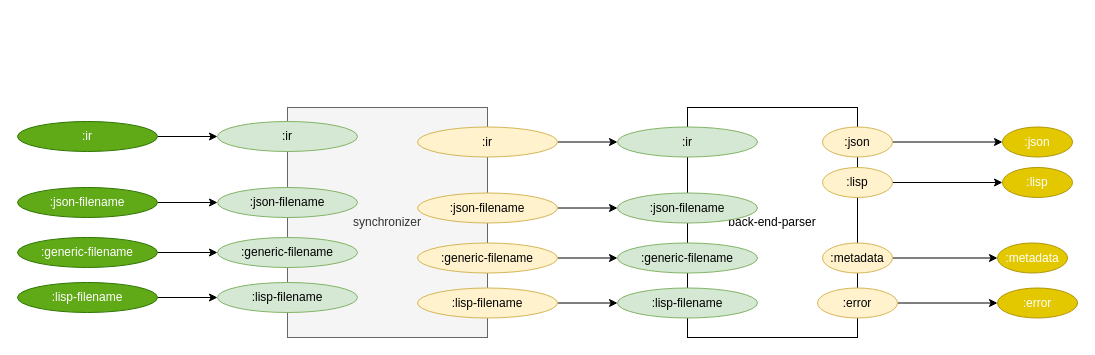
The draw.io diagram page "1. back-end" (4 of 7) of svg/cl-compiler/doc/V3-compiler.drawio in bmfbp/bmfbp, before the edit. Source tidied: cells renumbered, new cells numbered last; positions are measured from the earlier drawing's top-left corner, leaving out a move shared by most shapes. Both pictures are drawn from the tidied source at 100%, with x=0, y=0 at pixel (17, 107).
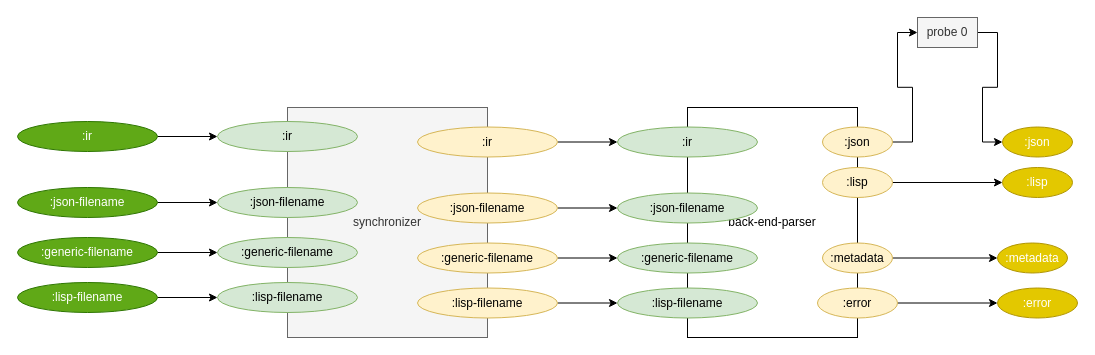
After the change.

The change refers to these unchanged cells:
```xml
<mxCell id="35" value=":json" style="ellipse;whiteSpace=wrap;html=1;fillColor=#fff2cc;strokeColor=#d6b656;" parent="1" vertex="1">
  <mxGeometry x="805" y="19.5" width="70" height="30" as="geometry" />
</mxCell>
<mxCell id="39" value=":json" style="ellipse;whiteSpace=wrap;html=1;fillColor=#e3c800;strokeColor=#B09500;fontColor=#ffffff;" parent="1" vertex="1">
  <mxGeometry x="985" y="19.5" width="70" height="30" as="geometry" />
</mxCell>
```

Diff of the diagram source:
```diff
@@
-    <mxCell id="34" style="edgeStyle=orthogonalEdgeStyle;rounded=0;jettySize=auto;html=1;exitX=1;exitY=0.5;exitDx=0;exitDy=0;entryX=0;entryY=0.5;entryDx=0;entryDy=0;" parent="1" edge="1" source="35" target="39">
-      <mxGeometry relative="1" as="geometry" />
-    </mxCell>
+    <mxCell id="40" style="edgeStyle=orthogonalEdgeStyle;rounded=0;jettySize=auto;html=1;exitX=1;exitY=0.5;exitDx=0;exitDy=0;entryX=0;entryY=0.5;entryDx=0;entryDy=0;" parent="1" edge="1" source="35" target="42">
+      <mxGeometry relative="1" as="geometry" />
+    </mxCell>
@@
+    <mxCell id="41" style="edgeStyle=orthogonalEdgeStyle;rounded=0;jettySize=auto;html=1;exitX=1;exitY=0.5;exitDx=0;exitDy=0;entryX=0;entryY=0.5;entryDx=0;entryDy=0;" parent="1" edge="1" source="42" target="39">
+      <mxGeometry relative="1" as="geometry" />
+    </mxCell>
+    <mxCell id="42" value="probe 0" style="rounded=0;whiteSpace=wrap;html=1;fillColor=#f5f5f5;strokeColor=#666666;fontColor=#333333;" parent="1" vertex="1">
+      <mxGeometry x="900" y="-90" width="60" height="30" as="geometry" />
+    </mxCell>
```
